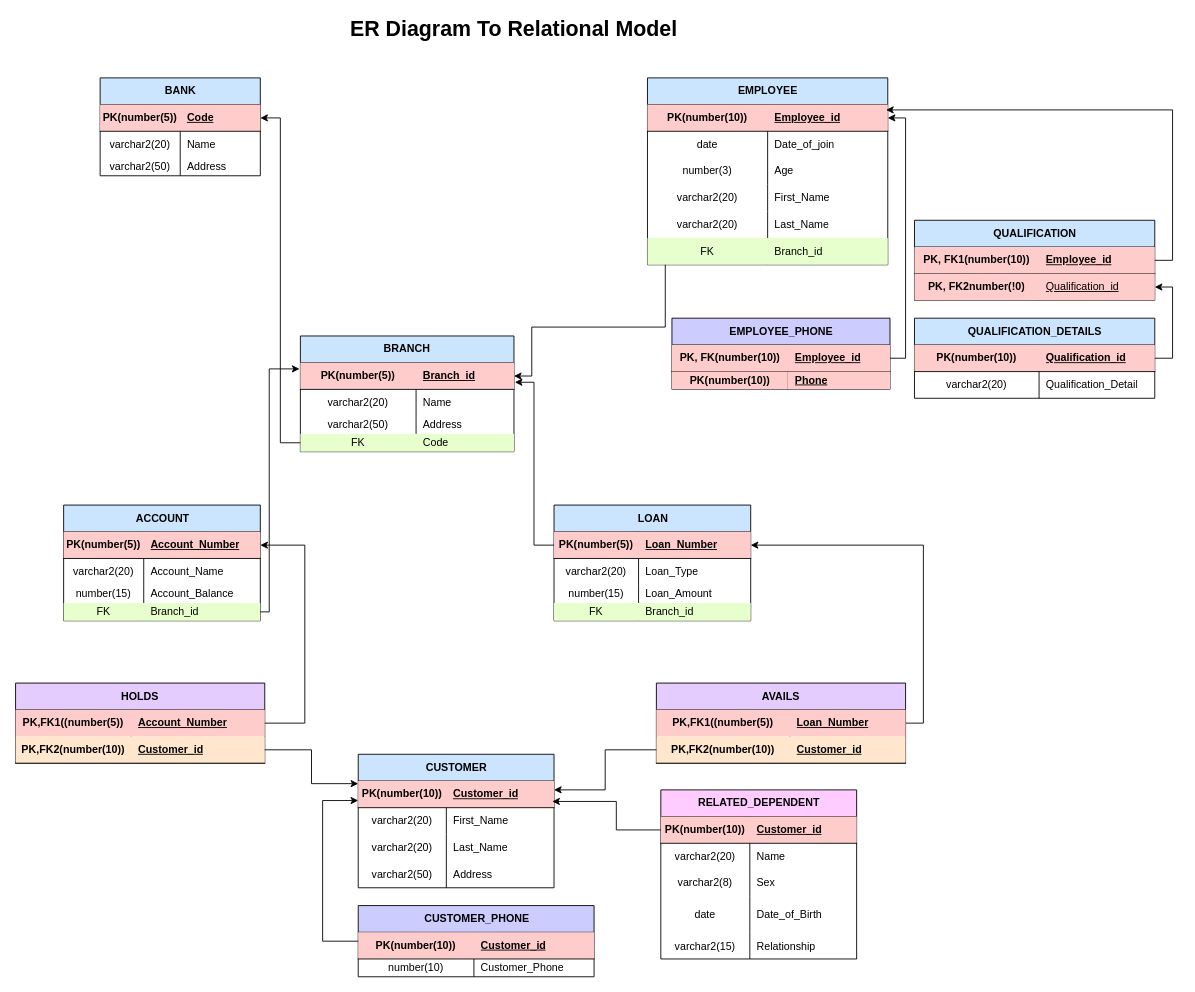
The draw.io diagram page "Page-2" (2 of 2) of Relational_model_from_ER_Diagram.drawio in Anurag404OpenSourceRules/Bank-Management-System-ERD, before the edit. Source tidied: cells renumbered, new cells numbered last; positions are measured from the earlier drawing's top-left corner, leaving out a move shared by most shapes. Both pictures are drawn from the tidied source at 89%, with x=0, y=0 at pixel (15, 15).
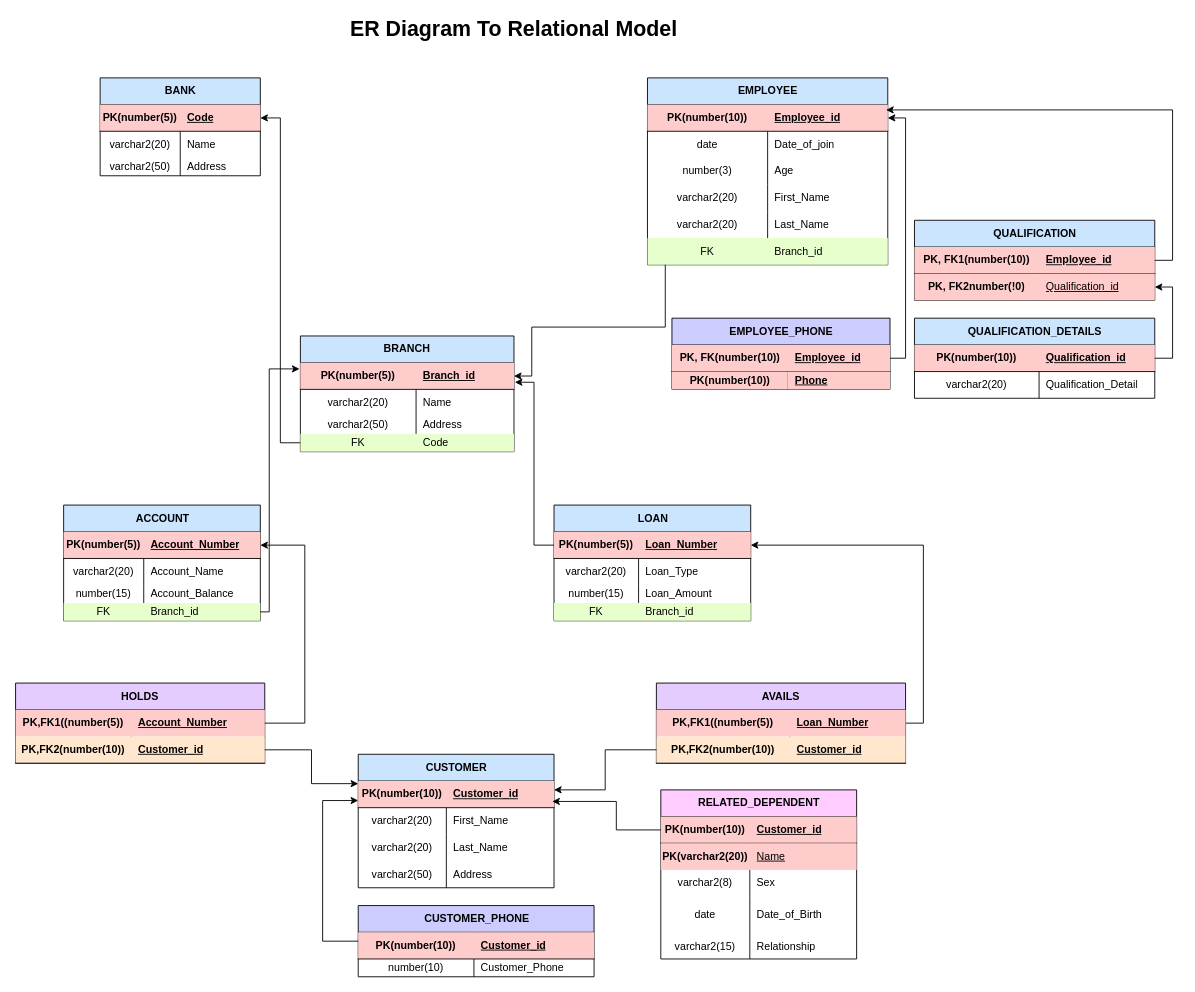
The same diagram, later.

Commit message:
added composite key in the related dependent table

Unchanged cells that the change refers to:
```xml
<mxCell id="72" value="RELATED_DEPENDENT" style="shape=table;startSize=30;childLayout=tableLayout;rowLines=0;fontStyle=1;align=center;html=1;fillColor=#FFCCFF;" parent="1" vertex="1">
  <mxGeometry x="725" y="870" width="220" height="190" as="geometry" />
</mxCell>
```

Change to the diagram source:
```diff
@@
-    <mxCell id="76" style="shape=tableRow;horizontal=0;startSize=0;swimlaneHead=0;swimlaneBody=0;fillColor=none;top=0;left=0;right=0;bottom=0;" parent="72" vertex="1">
+    <mxCell id="76" style="shape=tableRow;horizontal=0;startSize=0;swimlaneHead=0;swimlaneBody=0;fillColor=#FFCCCC;top=0;left=0;right=0;bottom=0;" parent="72" vertex="1">
       <mxGeometry y="60" width="220" height="30" as="geometry" />
     </mxCell>
-    <mxCell id="77" value="varchar2(20)" style="shape=partialRectangle;fillColor=none;top=0;left=0;bottom=0;right=0;overflow=hidden;whiteSpace=wrap;html=1;" parent="76" vertex="1">
+    <mxCell id="77" value="&lt;b&gt;PK(varchar2(20))&lt;/b&gt;" style="shape=partialRectangle;fillColor=none;top=0;left=0;bottom=0;right=0;overflow=hidden;whiteSpace=wrap;html=1;" parent="76" vertex="1">
       <mxGeometry width="100" height="30" as="geometry" />
     </mxCell>
-    <mxCell id="78" value="Name" style="shape=partialRectangle;fillColor=none;top=0;left=0;bottom=0;right=0;align=left;spacingLeft=6;overflow=hidden;whiteSpace=wrap;html=1;" parent="76" vertex="1">
+    <mxCell id="78" value="&lt;u&gt;Name&lt;/u&gt;" style="shape=partialRectangle;fillColor=none;top=0;left=0;bottom=0;right=0;align=left;spacingLeft=6;overflow=hidden;whiteSpace=wrap;html=1;" parent="76" vertex="1">
       <mxGeometry x="100" width="120" height="30" as="geometry" />
     </mxCell>
```
